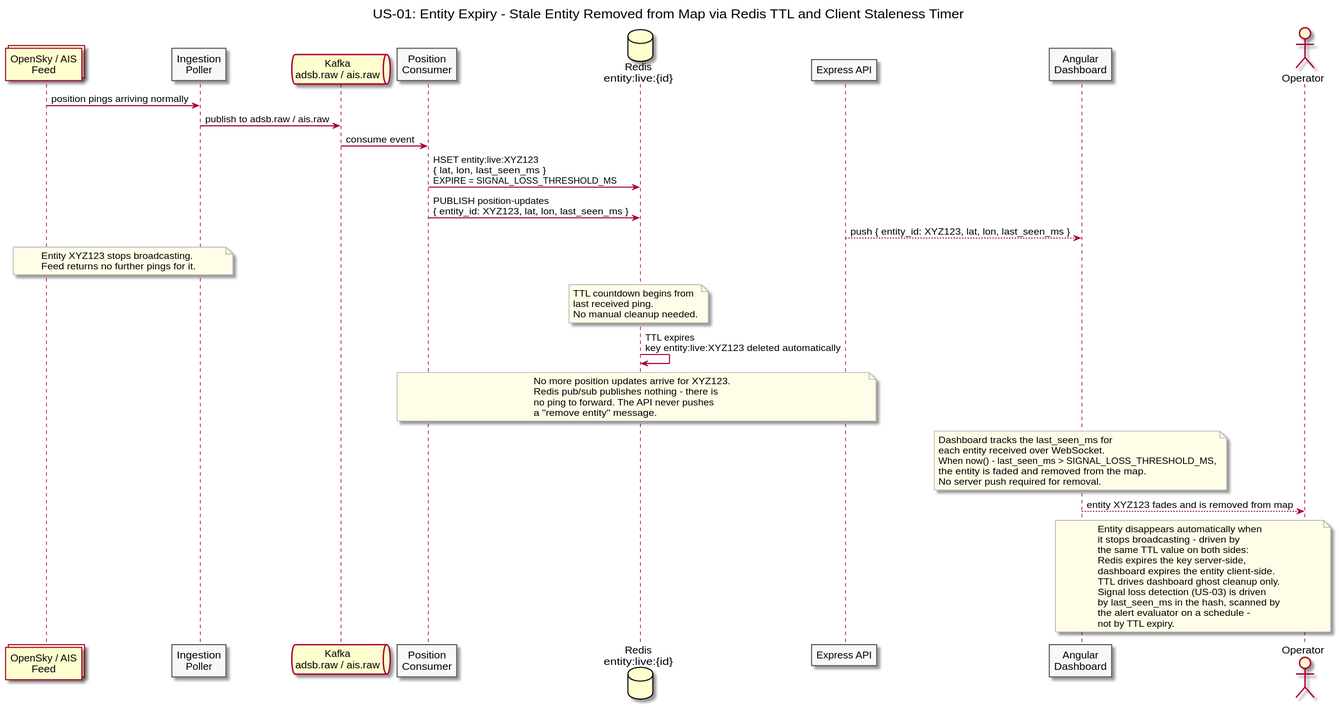
Buffden/sentinel keeps this PlantUML diagram as diagrams/docs/use-cases/US-01-live-entity-tracking/entity-expiry.svg. Above is the earlier version.
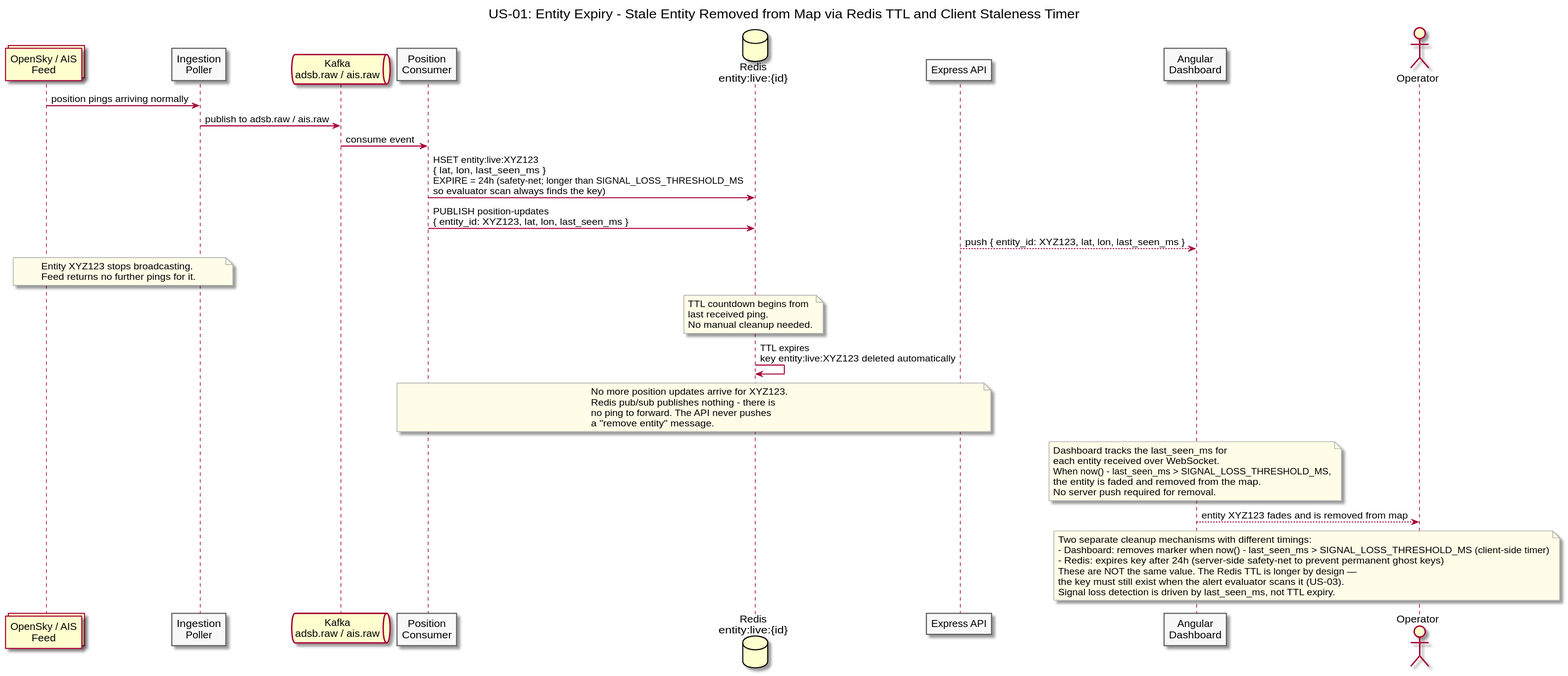
Above is the later version.

Change to the diagram source:
```diff
@@ -19,7 +19,7 @@
 Feed -> Poller : position pings arriving normally
 Poller -> Kafka : publish to adsb.raw / ais.raw
 Kafka -> Consumer : consume event
-Consumer -> Redis : HSET entity:live:XYZ123\n{ lat, lon, last_seen_ms }\nEXPIRE = SIGNAL_LOSS_THRESHOLD_MS
+Consumer -> Redis : HSET entity:live:XYZ123\n{ lat, lon, last_seen_ms }\nEXPIRE = 24h (safety-net; longer than SIGNAL_LOSS_THRESHOLD_MS\nso evaluator scan always finds the key)
 Consumer -> Redis : PUBLISH position-updates\n{ entity_id: XYZ123, lat, lon, last_seen_ms }
 API --> Dashboard : push { entity_id: XYZ123, lat, lon, last_seen_ms }
 
@@ -54,16 +54,12 @@
 Dashboard --> Operator : entity XYZ123 fades and is removed from map
 
 note over Dashboard, Operator
-  Entity disappears automatically when
-  it stops broadcasting - driven by
-  the same TTL value on both sides:
-  Redis expires the key server-side,
-  dashboard expires the entity client-side.
-  TTL drives dashboard ghost cleanup only.
-  Signal loss detection (US-03) is driven
-  by last_seen_ms in the hash, scanned by
-  the alert evaluator on a schedule -
-  not by TTL expiry.
+  Two separate cleanup mechanisms with different timings:
+  - Dashboard: removes marker when now() - last_seen_ms > SIGNAL_LOSS_THRESHOLD_MS (client-side timer)
+  - Redis: expires key after 24h (server-side safety-net to prevent permanent ghost keys)
+  These are NOT the same value. The Redis TTL is longer by design —
+  the key must still exist when the alert evaluator scans it (US-03).
+  Signal loss detection is driven by last_seen_ms, not TTL expiry.
 end note
 
 @enduml
```
